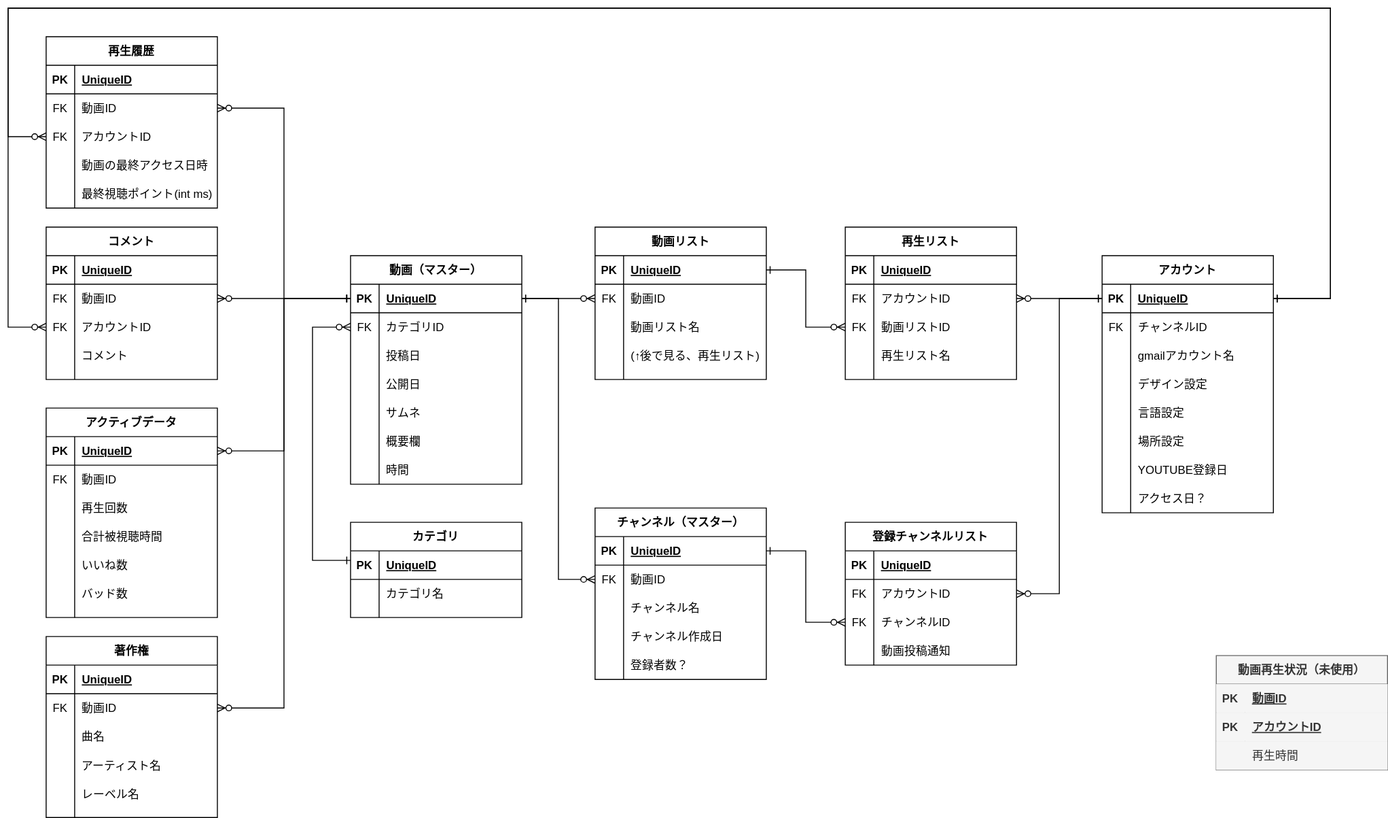
Above: youtube要件定義.svg in miharu-kon/board (draw.io), before the change. Source tidied: cells renumbered, new cells last; positions are measured from the earlier drawing's top-left corner, leaving out a move shared by most shapes.
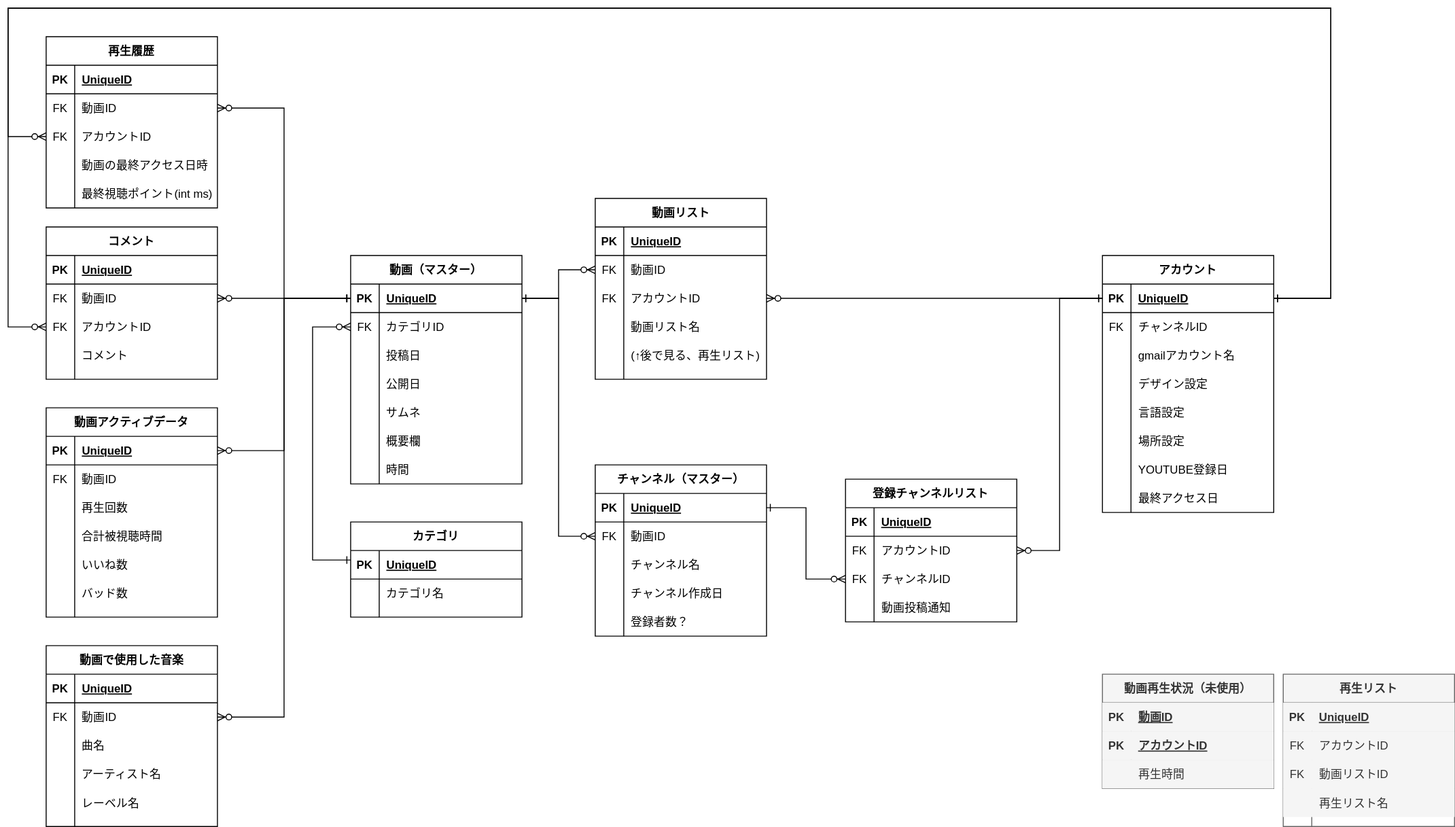
Later version of the same file.

Commit message:
youtube要件定義.svg を更新します

Diff of the diagram source:
```diff
@@ -3,7 +3,7 @@
     <mxCell id="0" />
     <mxCell id="1" parent="0" />
     <mxCell id="2" value="チャンネル（マスター）" style="shape=table;startSize=30;rowLines=0;fontStyle=1;align=center;" parent="1" vertex="1">
-      <mxGeometry x="617" y="525" width="180" height="180" as="geometry" />
+      <mxGeometry x="617" y="480" width="180" height="180" as="geometry" />
     </mxCell>
     <mxCell id="3" style="shape=partialRectangle;fillColor=none;top=0;left=0;bottom=1;right=0;points=[[0,0.5],[1,0.5]];portConstraint=eastwest;" parent="2" vertex="1">
       <mxGeometry y="30" width="180" height="30" as="geometry" />
@@ -188,7 +188,7 @@
     <mxCell id="63" style="shape=partialRectangle;fillColor=none;top=0;left=0;bottom=0;right=0;overflow=hidden;" parent="62" vertex="1">
       <mxGeometry width="30" height="30" as="geometry" />
     </mxCell>
-    <mxCell id="64" value="アクセス日？" style="shape=partialRectangle;fillColor=none;top=0;left=0;bottom=0;right=0;align=left;spacingLeft=6;overflow=hidden;" parent="62" vertex="1">
+    <mxCell id="64" value="最終アクセス日" style="shape=partialRectangle;fillColor=none;top=0;left=0;bottom=0;right=0;align=left;spacingLeft=6;overflow=hidden;" parent="62" vertex="1">
       <mxGeometry x="30" width="150" height="30" as="geometry" />
     </mxCell>
     <mxCell id="65" value="カテゴリ" style="shape=table;startSize=30;rowLines=0;fontStyle=1;align=center;" parent="1" vertex="1">
@@ -262,8 +262,8 @@
     <mxCell id="86" style="edgeStyle=orthogonalEdgeStyle;rounded=0;orthogonalLoop=1;jettySize=auto;html=1;exitX=1;exitY=0.5;exitDx=0;exitDy=0;" parent="73" edge="1" source="77" target="77">
       <mxGeometry relative="1" as="geometry" />
     </mxCell>
-    <mxCell id="87" value="著作権" style="shape=table;startSize=30;rowLines=0;fontStyle=1;align=center;" parent="1" vertex="1">
-      <mxGeometry x="40" y="660" width="180" height="190" as="geometry" />
+    <mxCell id="87" value="動画で使用した音楽" style="shape=table;startSize=30;rowLines=0;fontStyle=1;align=center;" parent="1" vertex="1">
+      <mxGeometry x="40" y="670" width="180" height="190" as="geometry" />
     </mxCell>
     <mxCell id="88" style="shape=partialRectangle;fillColor=none;top=0;left=0;bottom=1;right=0;" parent="87" vertex="1">
       <mxGeometry y="30" width="180" height="30" as="geometry" />
@@ -321,7 +321,7 @@
       <mxGeometry relative="1" as="geometry" />
     </mxCell>
     <mxCell id="105" value="動画再生状況（未使用）" style="shape=table;startSize=30;rowLines=0;fontStyle=1;align=center;fillColor=#f5f5f5;strokeColor=#666666;fontColor=#333333;" parent="1" vertex="1">
-      <mxGeometry x="1270" y="680" width="180" height="120" as="geometry" />
+      <mxGeometry x="1150" y="700" width="180" height="120" as="geometry" />
     </mxCell>
     <mxCell id="106" style="shape=partialRectangle;fillColor=#f5f5f5;top=0;left=0;bottom=1;right=0;strokeColor=#666666;fontColor=#333333;" parent="105" vertex="1">
       <mxGeometry y="30" width="180" height="30" as="geometry" />
@@ -351,7 +351,7 @@
       <mxGeometry x="30" width="150" height="30" as="geometry" />
     </mxCell>
     <mxCell id="115" value="登録チャンネルリスト" style="shape=table;startSize=30;rowLines=0;fontStyle=1;align=center;" parent="1" vertex="1">
-      <mxGeometry x="880" y="540" width="180" height="150" as="geometry" />
+      <mxGeometry x="880" y="495" width="180" height="150" as="geometry" />
     </mxCell>
     <mxCell id="116" style="shape=partialRectangle;fillColor=none;top=0;left=0;bottom=1;right=0;" parent="115" vertex="1">
       <mxGeometry y="30" width="180" height="30" as="geometry" />
@@ -390,7 +390,7 @@
       <mxGeometry x="30" width="150" height="30" as="geometry" />
     </mxCell>
     <mxCell id="128" value="動画リスト" style="shape=table;startSize=30;rowLines=0;fontStyle=1;align=center;" parent="1" vertex="1">
-      <mxGeometry x="617" y="230" width="180" height="160" as="geometry" />
+      <mxGeometry x="617" y="200" width="180" height="190" as="geometry" />
     </mxCell>
     <mxCell id="129" style="shape=partialRectangle;fillColor=none;top=0;left=0;bottom=1;right=0;points=[[0,0.5],[1,0.5]];portConstraint=eastwest;" parent="128" vertex="1">
       <mxGeometry y="30" width="180" height="30" as="geometry" />
@@ -410,8 +410,17 @@
     <mxCell id="134" value="動画ID" style="shape=partialRectangle;fillColor=none;top=0;left=0;bottom=0;right=0;align=left;spacingLeft=6;overflow=hidden;" parent="132" vertex="1">
       <mxGeometry x="30" width="150" height="30" as="geometry" />
     </mxCell>
+    <mxCell id="199" style="shape=partialRectangle;fillColor=none;top=0;left=0;bottom=0;right=0;points=[[0,0.5],[1,0.5]];portConstraint=eastwest;" parent="128" vertex="1">
+      <mxGeometry y="90" width="180" height="30" as="geometry" />
+    </mxCell>
+    <mxCell id="200" value="FK" style="shape=partialRectangle;fillColor=none;top=0;left=0;bottom=0;right=0;overflow=hidden;" parent="199" vertex="1">
+      <mxGeometry width="30" height="30" as="geometry" />
+    </mxCell>
+    <mxCell id="201" value="アカウントID" style="shape=partialRectangle;fillColor=none;top=0;left=0;bottom=0;right=0;align=left;spacingLeft=6;overflow=hidden;" parent="199" vertex="1">
+      <mxGeometry x="30" width="150" height="30" as="geometry" />
+    </mxCell>
     <mxCell id="135" style="shape=partialRectangle;fillColor=none;top=0;left=0;bottom=0;right=0;" parent="128" vertex="1">
-      <mxGeometry y="90" width="180" height="30" as="geometry" />
+      <mxGeometry y="120" width="180" height="30" as="geometry" />
     </mxCell>
     <mxCell id="136" style="shape=partialRectangle;fillColor=none;top=0;left=0;bottom=0;right=0;overflow=hidden;" parent="135" vertex="1">
       <mxGeometry width="30" height="30" as="geometry" />
@@ -420,7 +429,7 @@
       <mxGeometry x="30" width="150" height="30" as="geometry" />
     </mxCell>
     <mxCell id="138" style="shape=partialRectangle;fillColor=none;top=0;left=0;bottom=0;right=0;" parent="128" vertex="1">
-      <mxGeometry y="120" width="180" height="30" as="geometry" />
+      <mxGeometry y="150" width="180" height="30" as="geometry" />
     </mxCell>
     <mxCell id="139" style="shape=partialRectangle;fillColor=none;top=0;left=0;bottom=0;right=0;overflow=hidden;" parent="138" vertex="1">
       <mxGeometry width="30" height="30" as="geometry" />
@@ -476,46 +485,46 @@
     <mxCell id="156" value="最終視聴ポイント(int ms)" style="shape=partialRectangle;fillColor=none;top=0;left=0;bottom=0;right=0;align=left;spacingLeft=6;overflow=hidden;" parent="154" vertex="1">
       <mxGeometry x="30" width="150" height="30" as="geometry" />
     </mxCell>
-    <mxCell id="157" value="再生リスト" style="shape=table;startSize=30;rowLines=0;fontStyle=1;align=center;" parent="1" vertex="1">
-      <mxGeometry x="880" y="230" width="180" height="160" as="geometry" />
+    <mxCell id="157" value="再生リスト" style="shape=table;startSize=30;rowLines=0;fontStyle=1;align=center;fillColor=#f5f5f5;strokeColor=#666666;fontColor=#333333;" parent="1" vertex="1">
+      <mxGeometry x="1340" y="700" width="180" height="160" as="geometry" />
     </mxCell>
-    <mxCell id="158" style="shape=partialRectangle;fillColor=none;top=0;left=0;bottom=1;right=0;" parent="157" vertex="1">
+    <mxCell id="158" style="shape=partialRectangle;fillColor=#f5f5f5;top=0;left=0;bottom=1;right=0;strokeColor=#666666;fontColor=#333333;" parent="157" vertex="1">
       <mxGeometry y="30" width="180" height="30" as="geometry" />
     </mxCell>
-    <mxCell id="159" value="PK" style="shape=partialRectangle;fillColor=none;top=0;left=0;bottom=0;right=0;fontStyle=1;overflow=hidden;" parent="158" vertex="1">
+    <mxCell id="159" value="PK" style="shape=partialRectangle;fillColor=#f5f5f5;top=0;left=0;bottom=0;right=0;fontStyle=1;overflow=hidden;strokeColor=#666666;fontColor=#333333;" parent="158" vertex="1">
       <mxGeometry width="30" height="30" as="geometry" />
     </mxCell>
-    <mxCell id="160" value="UniqueID" style="shape=partialRectangle;fillColor=none;top=0;left=0;bottom=0;right=0;align=left;spacingLeft=6;fontStyle=5;overflow=hidden;" parent="158" vertex="1">
+    <mxCell id="160" value="UniqueID" style="shape=partialRectangle;fillColor=#f5f5f5;top=0;left=0;bottom=0;right=0;align=left;spacingLeft=6;fontStyle=5;overflow=hidden;strokeColor=#666666;fontColor=#333333;" parent="158" vertex="1">
       <mxGeometry x="30" width="150" height="30" as="geometry" />
     </mxCell>
-    <mxCell id="161" style="shape=partialRectangle;fillColor=none;top=0;left=0;bottom=0;right=0;points=[[0,0.5],[1,0.5]];portConstraint=eastwest;" parent="157" vertex="1">
+    <mxCell id="161" style="shape=partialRectangle;fillColor=#f5f5f5;top=0;left=0;bottom=0;right=0;points=[[0,0.5],[1,0.5]];portConstraint=eastwest;strokeColor=#666666;fontColor=#333333;" parent="157" vertex="1">
       <mxGeometry y="60" width="180" height="30" as="geometry" />
     </mxCell>
-    <mxCell id="162" value="FK" style="shape=partialRectangle;fillColor=none;top=0;left=0;bottom=0;right=0;overflow=hidden;" parent="161" vertex="1">
+    <mxCell id="162" value="FK" style="shape=partialRectangle;fillColor=#f5f5f5;top=0;left=0;bottom=0;right=0;overflow=hidden;strokeColor=#666666;fontColor=#333333;" parent="161" vertex="1">
       <mxGeometry width="30" height="30" as="geometry" />
     </mxCell>
-    <mxCell id="163" value="アカウントID" style="shape=partialRectangle;fillColor=none;top=0;left=0;bottom=0;right=0;align=left;spacingLeft=6;overflow=hidden;" parent="161" vertex="1">
+    <mxCell id="163" value="アカウントID" style="shape=partialRectangle;fillColor=#f5f5f5;top=0;left=0;bottom=0;right=0;align=left;spacingLeft=6;overflow=hidden;strokeColor=#666666;fontColor=#333333;" parent="161" vertex="1">
       <mxGeometry x="30" width="150" height="30" as="geometry" />
     </mxCell>
-    <mxCell id="164" style="shape=partialRectangle;fillColor=none;top=0;left=0;bottom=0;right=0;points=[[0,0.5],[1,0.5]];portConstraint=eastwest;" parent="157" vertex="1">
+    <mxCell id="164" style="shape=partialRectangle;fillColor=#f5f5f5;top=0;left=0;bottom=0;right=0;points=[[0,0.5],[1,0.5]];portConstraint=eastwest;strokeColor=#666666;fontColor=#333333;" parent="157" vertex="1">
       <mxGeometry y="90" width="180" height="30" as="geometry" />
     </mxCell>
-    <mxCell id="165" value="FK" style="shape=partialRectangle;fillColor=none;top=0;left=0;bottom=0;right=0;overflow=hidden;" parent="164" vertex="1">
+    <mxCell id="165" value="FK" style="shape=partialRectangle;fillColor=#f5f5f5;top=0;left=0;bottom=0;right=0;overflow=hidden;strokeColor=#666666;fontColor=#333333;" parent="164" vertex="1">
       <mxGeometry width="30" height="30" as="geometry" />
     </mxCell>
-    <mxCell id="166" value="動画リストID" style="shape=partialRectangle;fillColor=none;top=0;left=0;bottom=0;right=0;align=left;spacingLeft=6;overflow=hidden;" parent="164" vertex="1">
+    <mxCell id="166" value="動画リストID" style="shape=partialRectangle;fillColor=#f5f5f5;top=0;left=0;bottom=0;right=0;align=left;spacingLeft=6;overflow=hidden;strokeColor=#666666;fontColor=#333333;" parent="164" vertex="1">
       <mxGeometry x="30" width="150" height="30" as="geometry" />
     </mxCell>
-    <mxCell id="167" style="shape=partialRectangle;fillColor=none;top=0;left=0;bottom=0;right=0;" parent="157" vertex="1">
+    <mxCell id="167" style="shape=partialRectangle;fillColor=#f5f5f5;top=0;left=0;bottom=0;right=0;strokeColor=#666666;fontColor=#333333;" parent="157" vertex="1">
       <mxGeometry y="120" width="180" height="30" as="geometry" />
     </mxCell>
-    <mxCell id="168" style="shape=partialRectangle;fillColor=none;top=0;left=0;bottom=0;right=0;overflow=hidden;" parent="167" vertex="1">
+    <mxCell id="168" style="shape=partialRectangle;fillColor=#f5f5f5;top=0;left=0;bottom=0;right=0;overflow=hidden;strokeColor=#666666;fontColor=#333333;" parent="167" vertex="1">
       <mxGeometry width="30" height="30" as="geometry" />
     </mxCell>
-    <mxCell id="169" value="再生リスト名" style="shape=partialRectangle;fillColor=none;top=0;left=0;bottom=0;right=0;align=left;spacingLeft=6;overflow=hidden;" parent="167" vertex="1">
+    <mxCell id="169" value="再生リスト名" style="shape=partialRectangle;fillColor=#f5f5f5;top=0;left=0;bottom=0;right=0;align=left;spacingLeft=6;overflow=hidden;strokeColor=#666666;fontColor=#333333;" parent="167" vertex="1">
       <mxGeometry x="30" width="150" height="30" as="geometry" />
     </mxCell>
-    <mxCell id="170" value="アクティブデータ" style="shape=table;startSize=30;rowLines=0;fontStyle=1;align=center;" parent="1" vertex="1">
+    <mxCell id="170" value="動画アクティブデータ" style="shape=table;startSize=30;rowLines=0;fontStyle=1;align=center;" parent="1" vertex="1">
       <mxGeometry x="40" y="420" width="180" height="220" as="geometry" />
     </mxCell>
     <mxCell id="171" style="shape=partialRectangle;fillColor=none;top=0;left=0;bottom=1;right=0;points=[[0,0.5],[1,0.5]];portConstraint=eastwest;" parent="170" vertex="1">
@@ -587,12 +596,6 @@
     <mxCell id="193" style="edgeStyle=orthogonalEdgeStyle;rounded=0;jettySize=auto;html=1;exitX=0;exitY=0.5;exitDx=0;exitDy=0;entryX=1;entryY=0.5;entryDx=0;entryDy=0;startArrow=ERzeroToMany;startFill=1;endArrow=ERone;endFill=0;" parent="1" edge="1" source="122" target="3">
       <mxGeometry relative="1" as="geometry" />
     </mxCell>
-    <mxCell id="194" style="edgeStyle=orthogonalEdgeStyle;rounded=0;jettySize=auto;html=1;exitX=0;exitY=0.5;exitDx=0;exitDy=0;entryX=1;entryY=0.5;entryDx=0;entryDy=0;startArrow=ERzeroToMany;startFill=1;endArrow=ERone;endFill=0;" parent="1" edge="1" source="164" target="129">
-      <mxGeometry relative="1" as="geometry" />
-    </mxCell>
-    <mxCell id="195" style="edgeStyle=orthogonalEdgeStyle;rounded=0;jettySize=auto;html=1;exitX=1;exitY=0.5;exitDx=0;exitDy=0;entryX=0;entryY=0.5;entryDx=0;entryDy=0;startArrow=ERzeroToMany;startFill=1;endArrow=ERone;endFill=0;" parent="1" edge="1" source="161" target="41">
-      <mxGeometry relative="1" as="geometry" />
-    </mxCell>
     <mxCell id="196" style="edgeStyle=orthogonalEdgeStyle;rounded=0;jettySize=auto;html=1;exitX=1;exitY=0.5;exitDx=0;exitDy=0;startArrow=ERzeroToMany;startFill=1;endArrow=ERone;endFill=0;" parent="1" edge="1" source="119" target="41">
       <mxGeometry relative="1" as="geometry" />
     </mxCell>
@@ -617,5 +620,8 @@
         </Array>
       </mxGeometry>
     </mxCell>
+    <mxCell id="202" style="edgeStyle=orthogonalEdgeStyle;rounded=0;jettySize=auto;html=1;exitX=1;exitY=0.5;exitDx=0;exitDy=0;entryX=0;entryY=0.5;entryDx=0;entryDy=0;startArrow=ERzeroToMany;startFill=1;endArrow=ERone;endFill=0;" parent="1" edge="1" source="199" target="41">
+      <mxGeometry relative="1" as="geometry" />
+    </mxCell>
   </root>
 </mxGraphModel>
```
